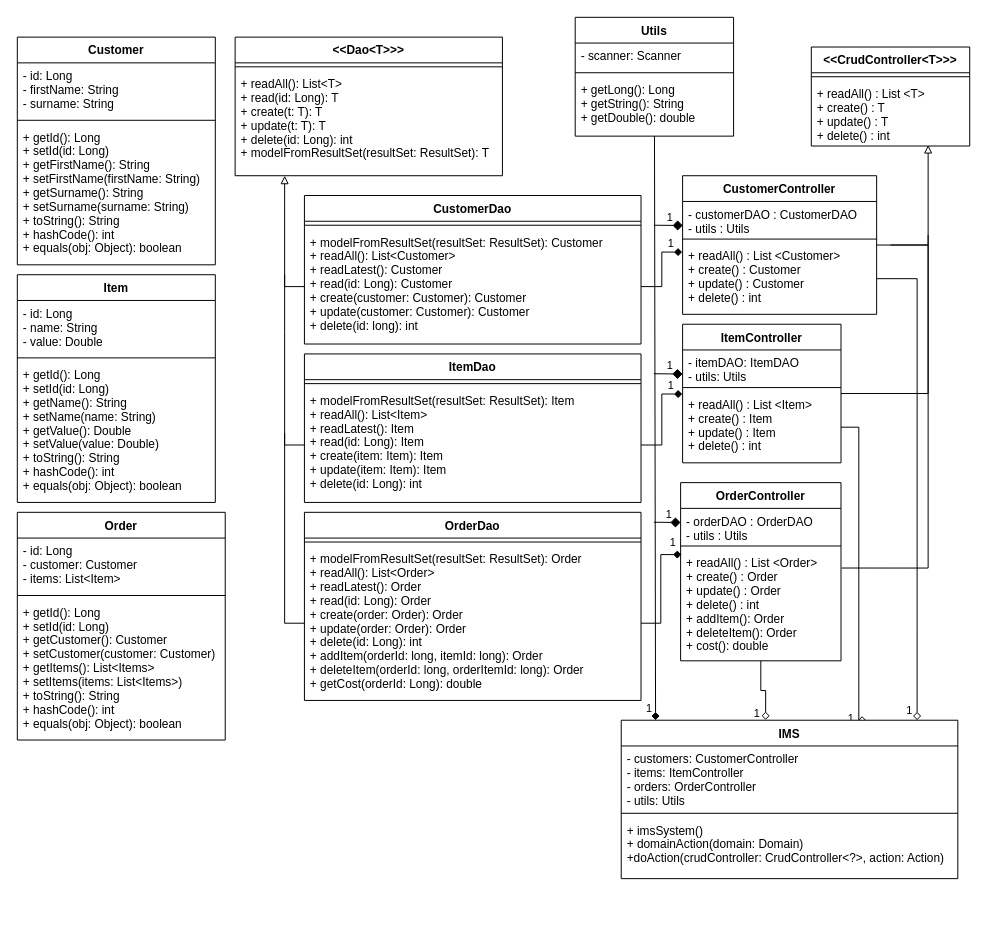
Earlier version of the draw.io diagram Design & Documentation/IMSUML.drawio (DavidBarringerQA/IMS-Project). Source tidied: cells renumbered, new cells numbered last; positions are measured from the earlier drawing's top-left corner, leaving out a move shared by most shapes. Both pictures are drawn from the tidied source at 99%, with x=0, y=0 at pixel (17, 17).
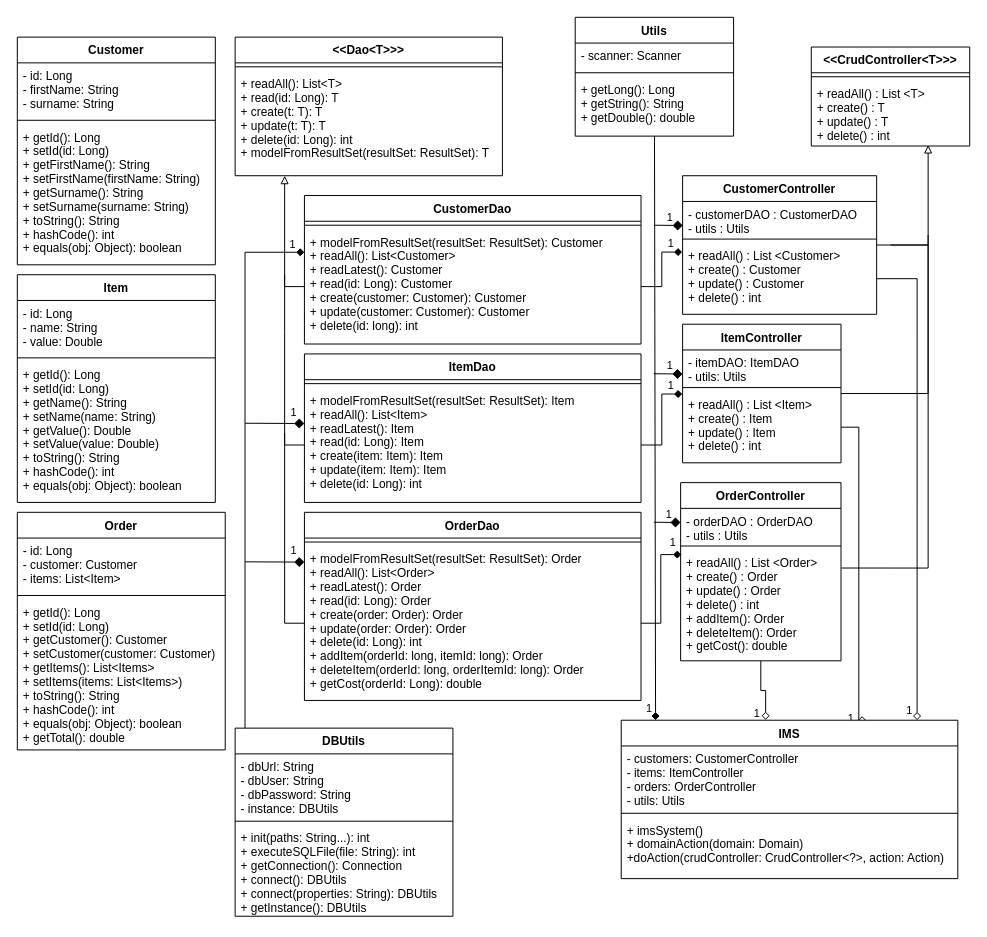
After the change.

Commit message (it also covers changes not shown here):
Created an updated UML diagram

The change refers to these unchanged cells:
```xml
<mxCell id="18" value="OrderController" style="swimlane;fontStyle=1;align=center;verticalAlign=top;horizontal=1;startSize=26;" parent="1" vertex="1">
  <mxGeometry x="670" y="470" width="162" height="180" as="geometry" />
</mxCell>
<mxCell id="27" value="+ modelFromResultSet(resultSet: ResultSet): Customer&#10;+ readAll(): List&lt;Customer&gt;&#10;+ readLatest(): Customer&#10;+ read(id: Long): Customer&#10;+ create(customer: Customer): Customer&#10;+ update(customer: Customer): Customer&#10;+ delete(id: long): int" style="text;strokeColor=none;fillColor=none;align=left;verticalAlign=top;spacingLeft=4;spacingRight=4;overflow=hidden;points=[[0,0.5],[1,0.5]];portConstraint=eastwest;" parent="25" vertex="1">
  <mxGeometry y="34" width="340" height="116" as="geometry" />
</mxCell>
<mxCell id="30" value="+ modelFromResultSet(resultSet: ResultSet): Item&#10;+ readAll(): List&lt;Item&gt;&#10;+ readLatest(): Item&#10;+ read(id: Long): Item&#10;+ create(item: Item): Item&#10;+ update(item: Item): Item&#10;+ delete(id: Long): int" style="text;strokeColor=none;fillColor=none;align=left;verticalAlign=top;spacingLeft=4;spacingRight=4;overflow=hidden;points=[[0,0.5],[1,0.5]];portConstraint=eastwest;" parent="28" vertex="1">
  <mxGeometry y="34" width="340" height="116" as="geometry" />
</mxCell>
```

The edit, as a diff of the source:
```diff
@@
-    <mxCell id="21" value="+ readAll() : List &lt;Order&gt;&#10;+ create() : Order&#10;+ update() : Order&#10;+ delete() : int&#10;+ addItem(): Order&#10;+ deleteItem(): Order&#10;+ cost(): double" style="text;strokeColor=none;fillColor=none;align=left;verticalAlign=top;spacingLeft=4;spacingRight=4;overflow=hidden;points=[[0,0.5],[1,0.5]];portConstraint=eastwest;" parent="18" vertex="1">
+    <mxCell id="21" value="+ readAll() : List &lt;Order&gt;&#10;+ create() : Order&#10;+ update() : Order&#10;+ delete() : int&#10;+ addItem(): Order&#10;+ deleteItem(): Order&#10;+ getCost(): double" style="text;strokeColor=none;fillColor=none;align=left;verticalAlign=top;spacingLeft=4;spacingRight=4;overflow=hidden;points=[[0,0.5],[1,0.5]];portConstraint=eastwest;" parent="18" vertex="1">
       <mxGeometry y="68" width="162" height="112" as="geometry" />
     </mxCell>
@@
     <mxCell id="60" value="Order" style="swimlane;fontStyle=1;align=center;verticalAlign=top;horizontal=1;startSize=26;" parent="1" vertex="1">
-      <mxGeometry y="500" width="210" height="230" as="geometry" />
+      <mxGeometry y="500" width="210" height="240" as="geometry" />
     </mxCell>
@@
-    <mxCell id="63" value="+ getId(): Long&#10;+ setId(id: Long)&#10;+ getCustomer(): Customer&#10;+ setCustomer(customer: Customer)&#10;+ getItems(): List&lt;Items&gt;&#10;+ setItems(items: List&lt;Items&gt;)&#10;+ toString(): String&#10;+ hashCode(): int&#10;+ equals(obj: Object): boolean" style="text;strokeColor=none;fillColor=none;align=left;verticalAlign=top;spacingLeft=4;spacingRight=4;overflow=hidden;" parent="60" vertex="1">
-      <mxGeometry y="88" width="210" height="142" as="geometry" />
+    <mxCell id="63" value="+ getId(): Long&#10;+ setId(id: Long)&#10;+ getCustomer(): Customer&#10;+ setCustomer(customer: Customer)&#10;+ getItems(): List&lt;Items&gt;&#10;+ setItems(items: List&lt;Items&gt;)&#10;+ toString(): String&#10;+ hashCode(): int&#10;+ equals(obj: Object): boolean&#10;+ getTotal(): double" style="text;strokeColor=none;fillColor=none;align=left;verticalAlign=top;spacingLeft=4;spacingRight=4;overflow=hidden;" parent="60" vertex="1">
+      <mxGeometry y="88" width="210" height="152" as="geometry" />
     </mxCell>
@@
+    <mxCell id="65" value="1" style="edgeStyle=orthogonalEdgeStyle;rounded=0;jettySize=auto;html=1;entryX=0;entryY=0.201;entryDx=0;entryDy=0;entryPerimeter=0;endArrow=diamond;endFill=1;spacingTop=-3;spacingLeft=-3;" parent="1" edge="1" source="66" target="27">
+      <mxGeometry x="0.96" y="7" relative="1" as="geometry">
+        <Array as="points">
+          <mxPoint x="230" y="237" />
+        </Array>
+      </mxGeometry>
+    </mxCell>
+    <mxCell id="66" value="DBUtils" style="swimlane;fontStyle=1;align=center;verticalAlign=top;horizontal=1;startSize=26;" parent="1" vertex="1">
+      <mxGeometry x="220" y="718" width="220" height="190" as="geometry" />
+    </mxCell>
+    <mxCell id="67" value="- dbUrl: String&#10;- dbUser: String&#10;- dbPassword: String&#10;- instance: DBUtils&#10;" style="text;strokeColor=none;fillColor=none;align=left;verticalAlign=top;spacingLeft=4;spacingRight=4;overflow=hidden;" parent="66" vertex="1">
+      <mxGeometry y="26" width="220" height="64" as="geometry" />
+    </mxCell>
+    <mxCell id="68" style="line;strokeWidth=1;fillColor=none;align=left;verticalAlign=middle;spacingTop=-1;spacingLeft=3;spacingRight=3;labelPosition=right;" parent="66" vertex="1">
+      <mxGeometry y="90" width="220" height="8" as="geometry" />
+    </mxCell>
+    <mxCell id="69" value="+ init(paths: String...): int&#10;+ executeSQLFile(file: String): int&#10;+ getConnection(): Connection&#10;+ connect(): DBUtils&#10;+ connect(properties: String): DBUtils&#10;+ getInstance(): DBUtils" style="text;strokeColor=none;fillColor=none;align=left;verticalAlign=top;spacingLeft=4;spacingRight=4;overflow=hidden;" parent="66" vertex="1">
+      <mxGeometry y="98" width="220" height="92" as="geometry" />
+    </mxCell>
+    <mxCell id="70" value="1" style="endArrow=diamond;html=1;startSize=6;endSize=8;sourcePerimeterSpacing=0;targetPerimeterSpacing=6;verticalAlign=middle;endFill=1;entryX=0;entryY=0.313;entryDx=0;entryDy=0;entryPerimeter=0;spacingTop=-2;spacingLeft=-2;" parent="1" edge="1" target="30">
+      <mxGeometry x="0.66" y="10" relative="1" as="geometry">
+        <mxPoint x="230" y="410" as="sourcePoint" />
+      </mxGeometry>
+    </mxCell>
+    <mxCell id="71" value="1" style="endArrow=diamond;html=1;startSize=6;endSize=8;sourcePerimeterSpacing=0;targetPerimeterSpacing=6;verticalAlign=middle;endFill=1;entryX=0;entryY=0.313;entryDx=0;entryDy=0;entryPerimeter=0;spacingTop=-2;spacingLeft=-2;" parent="1" edge="1">
+      <mxGeometry x="0.66" y="10" relative="1" as="geometry">
+        <mxPoint x="230" y="550" as="sourcePoint" />
+        <mxPoint x="290" y="550.3" as="targetPoint" />
+      </mxGeometry>
+    </mxCell>
```
